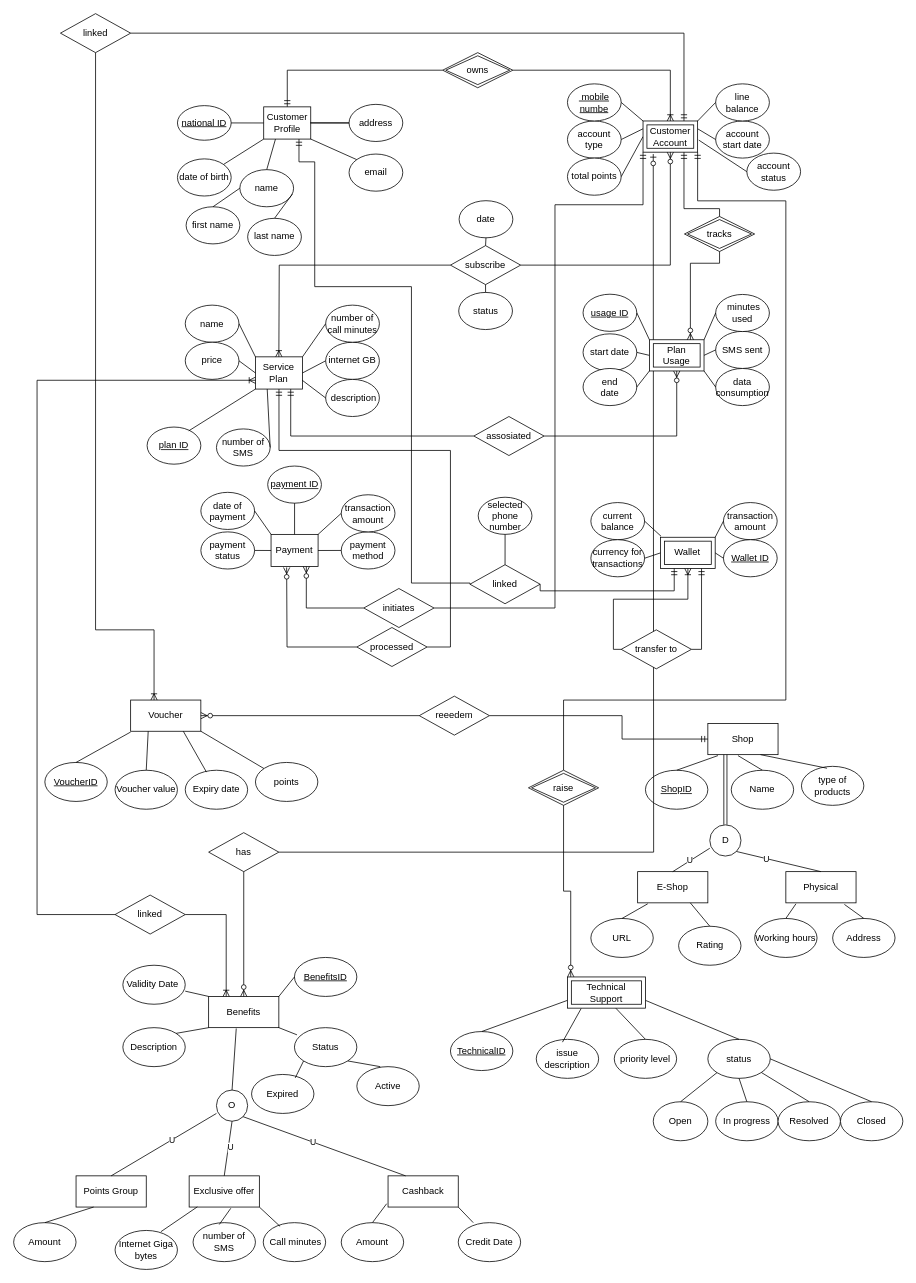
Above: Untitled Diagram.drawio in Blaze-trio/Blaze-trio.github.io (draw.io), before the change. Source tidied: cells renumbered, new cells numbered last; positions are measured from the earlier drawing's top-left corner, leaving out a move shared by most shapes. Both pictures are drawn from the tidied source at 78%, with x=0, y=0 at pixel (13, 13).
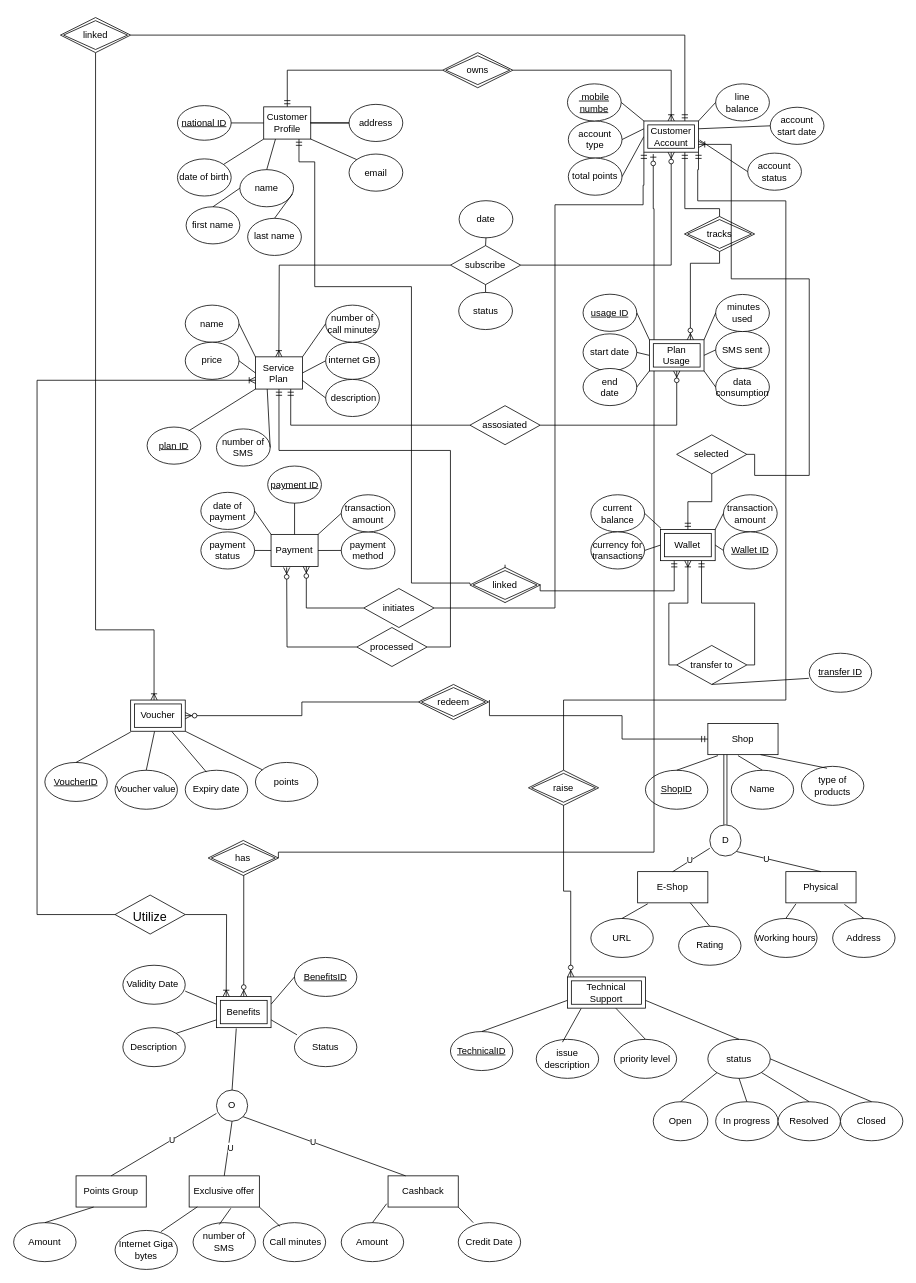
After the change.

Unchanged cells that the change refers to:
```xml
<mxCell id="3" style="group;" parent="1" vertex="1">
  <mxGeometry x="40" y="880" width="350" height="140" as="geometry" />
</mxCell>
<mxCell id="6" value="Voucher value" style="ellipse;whiteSpace=wrap;html=1;" parent="3" vertex="1">
  <mxGeometry x="90" y="90" width="80" height="50" as="geometry" />
</mxCell>
<mxCell id="8" value="points" style="ellipse;whiteSpace=wrap;html=1;" parent="3" vertex="1">
  <mxGeometry x="270" y="80" width="80" height="50" as="geometry" />
</mxCell>
<mxCell id="37" style="group;" parent="1" vertex="1">
  <mxGeometry y="1210" width="650" height="400" as="geometry" />
</mxCell>
<mxCell id="39" value="&lt;u&gt;BenefitsID&lt;/u&gt;" style="ellipse;whiteSpace=wrap;html=1;" parent="37" vertex="1">
  <mxGeometry x="360" width="80" height="50" as="geometry" />
</mxCell>
<mxCell id="40" value="Validity Date&amp;nbsp;" style="ellipse;whiteSpace=wrap;html=1;" parent="37" vertex="1">
  <mxGeometry x="140" y="10" width="80" height="50" as="geometry" />
</mxCell>
<mxCell id="41" value="Status" style="ellipse;whiteSpace=wrap;html=1;" parent="37" vertex="1">
  <mxGeometry x="360" y="90" width="80" height="50" as="geometry" />
</mxCell>
<mxCell id="42" value="Description" style="ellipse;whiteSpace=wrap;html=1;" parent="37" vertex="1">
  <mxGeometry x="140" y="90" width="80" height="50" as="geometry" />
</mxCell>
<mxCell id="66" value="O" style="ellipse;whiteSpace=wrap;html=1;" parent="37" vertex="1">
  <mxGeometry x="260" y="170" width="40" height="40" as="geometry" />
</mxCell>
<mxCell id="99" value="Customer Profile" style="rounded=0;whiteSpace=wrap;html=1;" parent="98" vertex="1">
  <mxGeometry x="120.6" y="9.5" width="60.3" height="41.3" as="geometry" />
</mxCell>
<mxCell id="124" value="Customer Account" style="shape=ext;margin=3;double=1;whiteSpace=wrap;html=1;align=center;" parent="115" vertex="1">
  <mxGeometry x="86.9" y="7.6" width="70" height="40" as="geometry" />
</mxCell>
<mxCell id="156" value="&lt;div&gt;Wallet&lt;/div&gt;" style="shape=ext;margin=3;double=1;whiteSpace=wrap;html=1;align=center;" parent="149" vertex="1">
  <mxGeometry x="89.4" y="81.3" width="70" height="40" as="geometry" />
</mxCell>
<mxCell id="189" value="initiates " style="shape=rhombus;perimeter=rhombusPerimeter;whiteSpace=wrap;html=1;align=center;" parent="1" vertex="1">
  <mxGeometry x="448.9" y="737" width="90" height="50" as="geometry" />
</mxCell>
<mxCell id="210" value="&lt;div&gt;raise&lt;br&gt;&lt;/div&gt;" style="shape=rhombus;double=1;perimeter=rhombusPerimeter;whiteSpace=wrap;html=1;align=center;" parent="1" vertex="1">
  <mxGeometry x="660" y="970" width="90" height="45" as="geometry" />
</mxCell>
```

Change to the diagram source:
```diff
@@
-    <mxCell id="2" value="has" style="shape=rhombus;perimeter=rhombusPerimeter;whiteSpace=wrap;html=1;align=center;" parent="1" vertex="1">
-      <mxGeometry x="250" y="1050" width="90" height="50" as="geometry" />
-    </mxCell>
@@
-    <mxCell id="4" value="Voucher" style="rounded=0;whiteSpace=wrap;html=1;" parent="3" vertex="1">
-      <mxGeometry x="110" width="90" height="40" as="geometry" />
-    </mxCell>
@@
-    <mxCell id="10" style="endArrow=none;html=1;rounded=0;exitX=0.5;exitY=0;exitDx=0;exitDy=0;entryX=0.25;entryY=1;entryDx=0;entryDy=0;" parent="3" edge="1" source="6" target="4">
+    <mxCell id="10" style="endArrow=none;html=1;rounded=0;exitX=0.5;exitY=0;exitDx=0;exitDy=0;" parent="3" edge="1" source="6" target="4">
       <mxGeometry relative="1" as="geometry" />
     </mxCell>
@@
-    <mxCell id="12" style="endArrow=none;html=1;rounded=0;entryX=1;entryY=1;entryDx=0;entryDy=0;entryPerimeter=0;" parent="3" edge="1" source="8" target="4">
+    <mxCell id="12" style="endArrow=none;html=1;rounded=0;entryX=1;entryY=1;entryDx=0;entryDy=0;" parent="3" edge="1" source="8" target="4">
       <mxGeometry relative="1" as="geometry" />
     </mxCell>
+    <mxCell id="4" value="Voucher" style="shape=ext;margin=3;double=1;whiteSpace=wrap;html=1;align=center;" parent="3" vertex="1">
+      <mxGeometry x="110" width="70" height="40" as="geometry" />
+    </mxCell>
@@
-    <mxCell id="38" value="Benefits" style="rounded=0;whiteSpace=wrap;html=1;" parent="37" vertex="1">
-      <mxGeometry x="250" y="50" width="90" height="40" as="geometry" />
-    </mxCell>
@@
-    <mxCell id="43" value="Active" style="ellipse;whiteSpace=wrap;html=1;" parent="37" vertex="1">
-      <mxGeometry x="440" y="140" width="80" height="50" as="geometry" />
-    </mxCell>
-    <mxCell id="44" value="Expired" style="ellipse;whiteSpace=wrap;html=1;" parent="37" vertex="1">
-      <mxGeometry x="305" y="150" width="80" height="50" as="geometry" />
-    </mxCell>
-    <mxCell id="45" style="endArrow=none;html=1;rounded=0;entryX=0;entryY=1;entryDx=0;entryDy=0;exitX=0.7;exitY=0.088;exitDx=0;exitDy=0;exitPerimeter=0;" parent="37" edge="1" source="44" target="41">
-      <mxGeometry relative="1" as="geometry" />
-    </mxCell>
-    <mxCell id="46" style="endArrow=none;html=1;rounded=0;exitX=1;exitY=0;exitDx=0;exitDy=0;entryX=0;entryY=1;entryDx=0;entryDy=0;" parent="37" edge="1" source="42" target="38">
+    <mxCell id="46" style="endArrow=none;html=1;rounded=0;exitX=1;exitY=0;exitDx=0;exitDy=0;entryX=0;entryY=0.75;entryDx=0;entryDy=0;" parent="37" edge="1" source="42" target="38">
       <mxGeometry relative="1" as="geometry" />
     </mxCell>
-    <mxCell id="47" style="endArrow=none;html=1;rounded=0;entryX=1;entryY=1;entryDx=0;entryDy=0;exitX=0.375;exitY=0;exitDx=0;exitDy=0;exitPerimeter=0;" parent="37" edge="1" source="43" target="41">
-      <mxGeometry relative="1" as="geometry" />
-    </mxCell>
-    <mxCell id="48" style="endArrow=none;html=1;rounded=0;entryX=0;entryY=0.5;entryDx=0;entryDy=0;exitX=1;exitY=0;exitDx=0;exitDy=0;" parent="37" edge="1" source="38" target="39">
+    <mxCell id="48" style="endArrow=none;html=1;rounded=0;entryX=0;entryY=0.5;entryDx=0;entryDy=0;exitX=1;exitY=0.25;exitDx=0;exitDy=0;" parent="37" edge="1" source="38" target="39">
       <mxGeometry relative="1" as="geometry" />
     </mxCell>
-    <mxCell id="49" style="endArrow=none;html=1;rounded=0;entryX=0;entryY=0;entryDx=0;entryDy=0;exitX=1;exitY=0.664;exitDx=0;exitDy=0;exitPerimeter=0;" parent="37" edge="1" source="40" target="38">
+    <mxCell id="49" style="endArrow=none;html=1;rounded=0;entryX=0;entryY=0.25;entryDx=0;entryDy=0;exitX=1;exitY=0.664;exitDx=0;exitDy=0;exitPerimeter=0;" parent="37" edge="1" source="40" target="38">
       <mxGeometry relative="1" as="geometry" />
     </mxCell>
-    <mxCell id="50" style="endArrow=none;html=1;rounded=0;entryX=0.04;entryY=0.184;entryDx=0;entryDy=0;entryPerimeter=0;exitX=1;exitY=1;exitDx=0;exitDy=0;" parent="37" edge="1" source="38" target="41">
+    <mxCell id="50" style="endArrow=none;html=1;rounded=0;entryX=0.04;entryY=0.184;entryDx=0;entryDy=0;entryPerimeter=0;exitX=1;exitY=0.75;exitDx=0;exitDy=0;" parent="37" edge="1" source="38" target="41">
       <mxGeometry relative="1" as="geometry" />
     </mxCell>
@@
-    <mxCell id="73" style="endArrow=none;html=1;rounded=0;entryX=0.393;entryY=1.027;entryDx=0;entryDy=0;entryPerimeter=0;exitX=0.5;exitY=0;exitDx=0;exitDy=0;" parent="37" edge="1" source="66" target="38">
-      <mxGeometry relative="1" as="geometry" />
+    <mxCell id="73" style="endArrow=none;html=1;rounded=0;entryX=0.393;entryY=1.027;entryDx=0;entryDy=0;entryPerimeter=0;exitX=0.5;exitY=0;exitDx=0;exitDy=0;" parent="37" edge="1" source="66">
+      <mxGeometry relative="1" as="geometry">
+        <mxPoint x="285.4" y="91.1" as="targetPoint" />
+      </mxGeometry>
     </mxCell>
+    <mxCell id="38" value="Benefits" style="shape=ext;margin=3;double=1;whiteSpace=wrap;html=1;align=center;" parent="37" vertex="1">
+      <mxGeometry x="260" y="50" width="70" height="40" as="geometry" />
+    </mxCell>
@@
-    <mxCell id="92" style="edgeStyle=orthogonalEdgeStyle;fontSize=12;html=1;endArrow=ERzeroToMany;endFill=1;rounded=0;entryX=0.5;entryY=0;entryDx=0;entryDy=0;" parent="1" edge="1" source="2" target="38">
-      <mxGeometry relative="1" as="geometry" />
+    <mxCell id="92" style="edgeStyle=orthogonalEdgeStyle;fontSize=12;html=1;endArrow=ERzeroToMany;endFill=1;rounded=0;entryX=0.5;entryY=0;entryDx=0;entryDy=0;" parent="1" edge="1">
+      <mxGeometry relative="1" as="geometry">
+        <mxPoint x="295" y="1100" as="sourcePoint" />
+        <mxPoint x="295" y="1260" as="targetPoint" />
+      </mxGeometry>
     </mxCell>
     <mxCell id="93" style="edgeStyle=orthogonalEdgeStyle;fontSize=12;html=1;endArrow=ERzeroToOne;endFill=1;rounded=0;exitX=1;exitY=0.5;exitDx=0;exitDy=0;" parent="1" edge="1" source="2">
       <mxGeometry relative="1" as="geometry">
         <mxPoint x="820" y="180" as="targetPoint" />
+        <Array as="points">
+          <mxPoint x="339" y="1075" />
+          <mxPoint x="821" y="1075" />
+          <mxPoint x="821" y="250" />
+          <mxPoint x="820" y="250" />
+        </Array>
       </mxGeometry>
     </mxCell>
-    <mxCell id="94" value="linked" style="shape=rhombus;perimeter=rhombusPerimeter;whiteSpace=wrap;html=1;align=center;" parent="1" vertex="1">
+    <mxCell id="94" value="&lt;p style=&quot;font-variant: normal; font-weight: normal; line-height: 0.21in; margin-bottom: 0.1in; border: none; padding: 0in; background: transparent&quot; align=&quot;left&quot;&gt;&lt;br/&gt;&lt;font face=&quot;Arial, sans-serif&quot;&gt;&lt;font style=&quot;font-size: 12pt&quot; size=&quot;3&quot;&gt;&lt;span style=&quot;text-decoration: none&quot;&gt;&lt;span lang=&quot;en-US&quot;&gt;&lt;span style=&quot;font-style: normal&quot;&gt;Utilize&lt;/span&gt;&lt;/span&gt;&lt;/span&gt;&lt;/font&gt;&lt;/font&gt;&lt;/p&gt;&lt;div&gt;&lt;br/&gt;&lt;/div&gt;" style="shape=rhombus;perimeter=rhombusPerimeter;whiteSpace=wrap;html=1;align=center;" parent="1" vertex="1">
       <mxGeometry x="130" y="1130" width="90" height="50" as="geometry" />
     </mxCell>
@@
     <mxCell id="115" style="group;" parent="1" vertex="1">
-      <mxGeometry x="720" y="130" width="248.9" height="145.2" as="geometry" />
+      <mxGeometry x="721.1" y="130" width="248.9" height="145.2" as="geometry" />
     </mxCell>
@@
-    <mxCell id="117" value="account start date" style="ellipse;whiteSpace=wrap;html=1;" parent="115" vertex="1">
-      <mxGeometry x="180" y="7.6" width="68.9" height="47.6" as="geometry" />
-    </mxCell>
@@
-    <mxCell id="121" style="endArrow=none;html=1;rounded=0;entryX=1;entryY=0.25;entryDx=0;entryDy=0;exitX=0;exitY=0.5;exitDx=0;exitDy=0;" parent="115" edge="1" source="117" target="124">
-      <mxGeometry relative="1" as="geometry" />
-    </mxCell>
@@
     <mxCell id="149" style="group;" parent="1" vertex="1">
-      <mxGeometry x="740" y="590" width="248.9" height="176.5" as="geometry" />
+      <mxGeometry x="740" y="580" width="248.9" height="176.5" as="geometry" />
     </mxCell>
@@
     <mxCell id="186" value="assosiated" style="shape=rhombus;perimeter=rhombusPerimeter;whiteSpace=wrap;html=1;align=center;" parent="1" vertex="1">
-      <mxGeometry x="590" y="516.5" width="90" height="50" as="geometry" />
+      <mxGeometry x="585" y="502.6" width="90" height="50" as="geometry" />
     </mxCell>
@@
     <mxCell id="191" style="edgeStyle=orthogonalEdgeStyle;fontSize=12;html=1;endArrow=ERmandOne;rounded=0;exitX=1;exitY=0.5;exitDx=0;exitDy=0;entryX=0;entryY=1;entryDx=0;entryDy=0;" parent="1" edge="1" source="189" target="124">
       <mxGeometry relative="1" as="geometry">
         <Array as="points">
           <mxPoint x="694" y="762" />
           <mxPoint x="694" y="245" />
           <mxPoint x="807" y="245" />
+          <mxPoint x="807" y="220" />
+          <mxPoint x="808" y="220" />
         </Array>
       </mxGeometry>
     </mxCell>
@@
-    <mxCell id="197" style="edgeStyle=orthogonalEdgeStyle;fontSize=12;html=1;endArrow=ERmandOne;rounded=0;entryX=0.75;entryY=1;entryDx=0;entryDy=0;exitX=0;exitY=0.5;exitDx=0;exitDy=0;" parent="1" edge="1" source="198" target="99">
+    <mxCell id="197" style="edgeStyle=orthogonalEdgeStyle;fontSize=12;html=1;endArrow=ERmandOne;rounded=0;entryX=0.75;entryY=1;entryDx=0;entryDy=0;exitX=0;exitY=0.5;exitDx=0;exitDy=0;" parent="1" edge="1" target="99">
       <mxGeometry relative="1" as="geometry">
+        <mxPoint x="585" y="731.5" as="sourcePoint" />
         <Array as="points">
           <mxPoint x="585" y="730" />
           <mxPoint x="510" y="730" />
           <mxPoint x="510" y="350" />
           <mxPoint x="386" y="350" />
           <mxPoint x="386" y="190" />
           <mxPoint x="366" y="190" />
         </Array>
       </mxGeometry>
     </mxCell>
-    <mxCell id="198" value="&lt;div&gt;linked&lt;/div&gt;" style="shape=rhombus;perimeter=rhombusPerimeter;whiteSpace=wrap;html=1;align=center;" parent="1" vertex="1">
-      <mxGeometry x="585" y="706.5" width="90" height="50" as="geometry" />
-    </mxCell>
-    <mxCell id="199" style="edgeStyle=orthogonalEdgeStyle;fontSize=12;html=1;endArrow=ERmandOne;rounded=0;exitX=1;exitY=0.5;exitDx=0;exitDy=0;entryX=0.25;entryY=1;entryDx=0;entryDy=0;" parent="1" edge="1" source="198" target="156">
+    <mxCell id="199" style="edgeStyle=orthogonalEdgeStyle;fontSize=12;html=1;endArrow=ERmandOne;rounded=0;exitX=1;exitY=0.5;exitDx=0;exitDy=0;entryX=0.25;entryY=1;entryDx=0;entryDy=0;" parent="1" edge="1" target="156">
       <mxGeometry relative="1" as="geometry">
+        <mxPoint x="675" y="731.5" as="sourcePoint" />
         <Array as="points">
           <mxPoint x="675" y="740" />
           <mxPoint x="847" y="740" />
         </Array>
       </mxGeometry>
     </mxCell>
-    <mxCell id="200" value="selected phone number" style="ellipse;whiteSpace=wrap;html=1;" parent="1" vertex="1">
-      <mxGeometry x="595.6" y="620" width="68.9" height="47.6" as="geometry" />
-    </mxCell>
-    <mxCell id="201" style="endArrow=none;html=1;rounded=0;exitX=0.5;exitY=1;exitDx=0;exitDy=0;entryX=0.5;entryY=0;entryDx=0;entryDy=0;" parent="1" edge="1" source="200" target="198">
-      <mxGeometry relative="1" as="geometry" />
+    <mxCell id="201" style="endArrow=none;html=1;rounded=0;exitX=0.5;exitY=1;exitDx=0;exitDy=0;entryX=0.5;entryY=0;entryDx=0;entryDy=0;" parent="1" edge="1" source="218">
+      <mxGeometry relative="1" as="geometry">
+        <mxPoint x="630" y="706.5" as="targetPoint" />
+      </mxGeometry>
     </mxCell>
@@
     <mxCell id="203" value="transfer to" style="shape=rhombus;perimeter=rhombusPerimeter;whiteSpace=wrap;html=1;align=center;" parent="1" vertex="1">
-      <mxGeometry x="778.9" y="790" width="90" height="50" as="geometry" />
+      <mxGeometry x="850" y="810" width="90" height="50" as="geometry" />
     </mxCell>
@@
-    <mxCell id="208" style="edgeStyle=orthogonalEdgeStyle;fontSize=12;html=1;endArrow=ERoneToMany;rounded=0;exitX=1;exitY=0.5;exitDx=0;exitDy=0;entryX=0.25;entryY=0;entryDx=0;entryDy=0;" parent="1" edge="1" source="94" target="38">
-      <mxGeometry relative="1" as="geometry" />
+    <mxCell id="208" style="edgeStyle=orthogonalEdgeStyle;fontSize=12;html=1;endArrow=ERoneToMany;rounded=0;exitX=1;exitY=0.5;exitDx=0;exitDy=0;entryX=0.25;entryY=0;entryDx=0;entryDy=0;" parent="1" edge="1" source="94">
+      <mxGeometry relative="1" as="geometry">
+        <mxPoint x="272.5" y="1260" as="targetPoint" />
+      </mxGeometry>
     </mxCell>
     <mxCell id="209" style="edgeStyle=orthogonalEdgeStyle;fontSize=12;html=1;endArrow=ERmandOne;rounded=0;entryX=1;entryY=1;entryDx=0;entryDy=0;exitX=0.5;exitY=0;exitDx=0;exitDy=0;" parent="1" edge="1" source="210" target="124">
       <mxGeometry relative="1" as="geometry">
         <Array as="points">
           <mxPoint x="705" y="880" />
           <mxPoint x="990" y="880" />
           <mxPoint x="990" y="240" />
           <mxPoint x="877" y="240" />
+          <mxPoint x="877" y="200" />
+          <mxPoint x="878" y="200" />
         </Array>
       </mxGeometry>
     </mxCell>
@@
-    <mxCell id="212" value="&lt;div&gt;reeedem&lt;/div&gt;" style="shape=rhombus;perimeter=rhombusPerimeter;whiteSpace=wrap;html=1;align=center;" parent="1" vertex="1">
-      <mxGeometry x="520" y="875" width="90" height="50" as="geometry" />
-    </mxCell>
-    <mxCell id="213" style="edgeStyle=orthogonalEdgeStyle;fontSize=12;html=1;endArrow=ERzeroToMany;endFill=1;rounded=0;entryX=1;entryY=0.5;entryDx=0;entryDy=0;exitX=0;exitY=0.5;exitDx=0;exitDy=0;" parent="1" edge="1" source="212" target="4">
+    <mxCell id="213" style="edgeStyle=orthogonalEdgeStyle;fontSize=12;html=1;endArrow=ERzeroToMany;endFill=1;rounded=0;entryX=1;entryY=0.5;entryDx=0;entryDy=0;exitX=0;exitY=0.5;exitDx=0;exitDy=0;" parent="1" edge="1" source="224" target="4">
       <mxGeometry relative="1" as="geometry" />
     </mxCell>
-    <mxCell id="214" style="edgeStyle=orthogonalEdgeStyle;fontSize=12;html=1;endArrow=ERmandOne;rounded=0;exitX=1;exitY=0.5;exitDx=0;exitDy=0;" parent="1" edge="1" source="212">
+    <mxCell id="214" style="edgeStyle=orthogonalEdgeStyle;fontSize=12;html=1;endArrow=ERmandOne;rounded=0;" parent="1" edge="1">
       <mxGeometry relative="1" as="geometry">
+        <mxPoint x="610" y="880" as="sourcePoint" />
         <mxPoint x="890" y="930" as="targetPoint" />
         <Array as="points">
           <mxPoint x="780" y="900" />
           <mxPoint x="780" y="930" />
         </Array>
       </mxGeometry>
     </mxCell>
-    <mxCell id="215" value="linked" style="shape=rhombus;perimeter=rhombusPerimeter;whiteSpace=wrap;html=1;align=center;" parent="1" vertex="1">
-      <mxGeometry x="60" width="90" height="50" as="geometry" />
-    </mxCell>
-    <mxCell id="216" style="edgeStyle=orthogonalEdgeStyle;fontSize=12;html=1;endArrow=ERmandOne;rounded=0;exitX=1;exitY=0.5;exitDx=0;exitDy=0;entryX=0.75;entryY=0;entryDx=0;entryDy=0;" parent="1" edge="1" source="215" target="124">
+    <mxCell id="216" style="edgeStyle=orthogonalEdgeStyle;fontSize=12;html=1;endArrow=ERmandOne;rounded=0;entryX=0.75;entryY=0;entryDx=0;entryDy=0;exitX=1;exitY=0.5;exitDx=0;exitDy=0;" parent="1" edge="1" source="225" target="124">
       <mxGeometry relative="1" as="geometry" />
     </mxCell>
-    <mxCell id="217" style="edgeStyle=orthogonalEdgeStyle;fontSize=12;html=1;endArrow=ERoneToMany;rounded=0;entryX=0.5;entryY=1;entryDx=0;entryDy=0;exitX=0.5;exitY=1;exitDx=0;exitDy=0;" parent="1" edge="1" source="215">
+    <mxCell id="217" style="edgeStyle=orthogonalEdgeStyle;fontSize=12;html=1;endArrow=ERoneToMany;rounded=0;entryX=0.5;entryY=1;entryDx=0;entryDy=0;exitX=0.5;exitY=1;exitDx=0;exitDy=0;" parent="1" edge="1" source="225">
       <mxGeometry relative="1" as="geometry">
         <mxPoint x="180" y="880" as="targetPoint" />
         <Array as="points">
           <mxPoint x="105" y="790" />
           <mxPoint x="180" y="790" />
         </Array>
       </mxGeometry>
     </mxCell>
+    <mxCell id="218" value="linked" style="shape=rhombus;double=1;perimeter=rhombusPerimeter;whiteSpace=wrap;html=1;align=center;" parent="1" vertex="1">
+      <mxGeometry x="585" y="710" width="90" height="45" as="geometry" />
+    </mxCell>
+    <mxCell id="219" style="edgeStyle=orthogonalEdgeStyle;fontSize=12;html=1;endArrow=ERoneToMany;rounded=0;entryX=1;entryY=0.75;entryDx=0;entryDy=0;exitX=1;exitY=0.5;exitDx=0;exitDy=0;exitPerimeter=0;" parent="1" edge="1" source="220" target="124">
+      <mxGeometry relative="1" as="geometry">
+        <Array as="points">
+          <mxPoint x="950" y="592" />
+          <mxPoint x="1020" y="592" />
+          <mxPoint x="1020" y="340" />
+          <mxPoint x="920" y="340" />
+          <mxPoint x="920" y="168" />
+        </Array>
+      </mxGeometry>
+    </mxCell>
+    <mxCell id="117" value="account start date" style="ellipse;whiteSpace=wrap;html=1;" parent="1" vertex="1">
+      <mxGeometry x="970" y="120" width="68.9" height="47.6" as="geometry" />
+    </mxCell>
+    <mxCell id="121" style="endArrow=none;html=1;rounded=0;entryX=1;entryY=0.25;entryDx=0;entryDy=0;exitX=0;exitY=0.5;exitDx=0;exitDy=0;" parent="1" edge="1" source="117" target="124">
+      <mxGeometry relative="1" as="geometry" />
+    </mxCell>
+    <mxCell id="220" value="&lt;div&gt;selected&lt;/div&gt;" style="shape=rhombus;perimeter=rhombusPerimeter;whiteSpace=wrap;html=1;align=center;" parent="1" vertex="1">
+      <mxGeometry x="850" y="540" width="90" height="50" as="geometry" />
+    </mxCell>
+    <mxCell id="221" style="edgeStyle=orthogonalEdgeStyle;fontSize=12;html=1;endArrow=ERmandOne;rounded=0;entryX=0.5;entryY=0;entryDx=0;entryDy=0;exitX=0.5;exitY=1;exitDx=0;exitDy=0;" parent="1" edge="1" source="220" target="156">
+      <mxGeometry relative="1" as="geometry" />
+    </mxCell>
+    <mxCell id="222" value="&lt;u&gt;transfer ID&lt;/u&gt;" style="ellipse;whiteSpace=wrap;html=1;" parent="1" vertex="1">
+      <mxGeometry x="1020" y="820" width="80" height="50" as="geometry" />
+    </mxCell>
+    <mxCell id="223" style="endArrow=none;html=1;rounded=0;entryX=0.5;entryY=1;entryDx=0;entryDy=0;exitX=-0.006;exitY=0.643;exitDx=0;exitDy=0;exitPerimeter=0;" parent="1" edge="1" source="222" target="203">
+      <mxGeometry relative="1" as="geometry" />
+    </mxCell>
+    <mxCell id="224" value="&lt;div&gt;redeem&lt;/div&gt;" style="shape=rhombus;double=1;perimeter=rhombusPerimeter;whiteSpace=wrap;html=1;align=center;" parent="1" vertex="1">
+      <mxGeometry x="518.9" y="860" width="90" height="45" as="geometry" />
+    </mxCell>
+    <mxCell id="225" value="&lt;div&gt;linked&lt;/div&gt;" style="shape=rhombus;double=1;perimeter=rhombusPerimeter;whiteSpace=wrap;html=1;align=center;" parent="1" vertex="1">
+      <mxGeometry x="60" y="5" width="90" height="45" as="geometry" />
+    </mxCell>
+    <mxCell id="2" value="has" style="shape=rhombus;double=1;perimeter=rhombusPerimeter;whiteSpace=wrap;html=1;align=center;" parent="1" vertex="1">
+      <mxGeometry x="249.4" y="1060" width="90" height="45" as="geometry" />
+    </mxCell>
```
